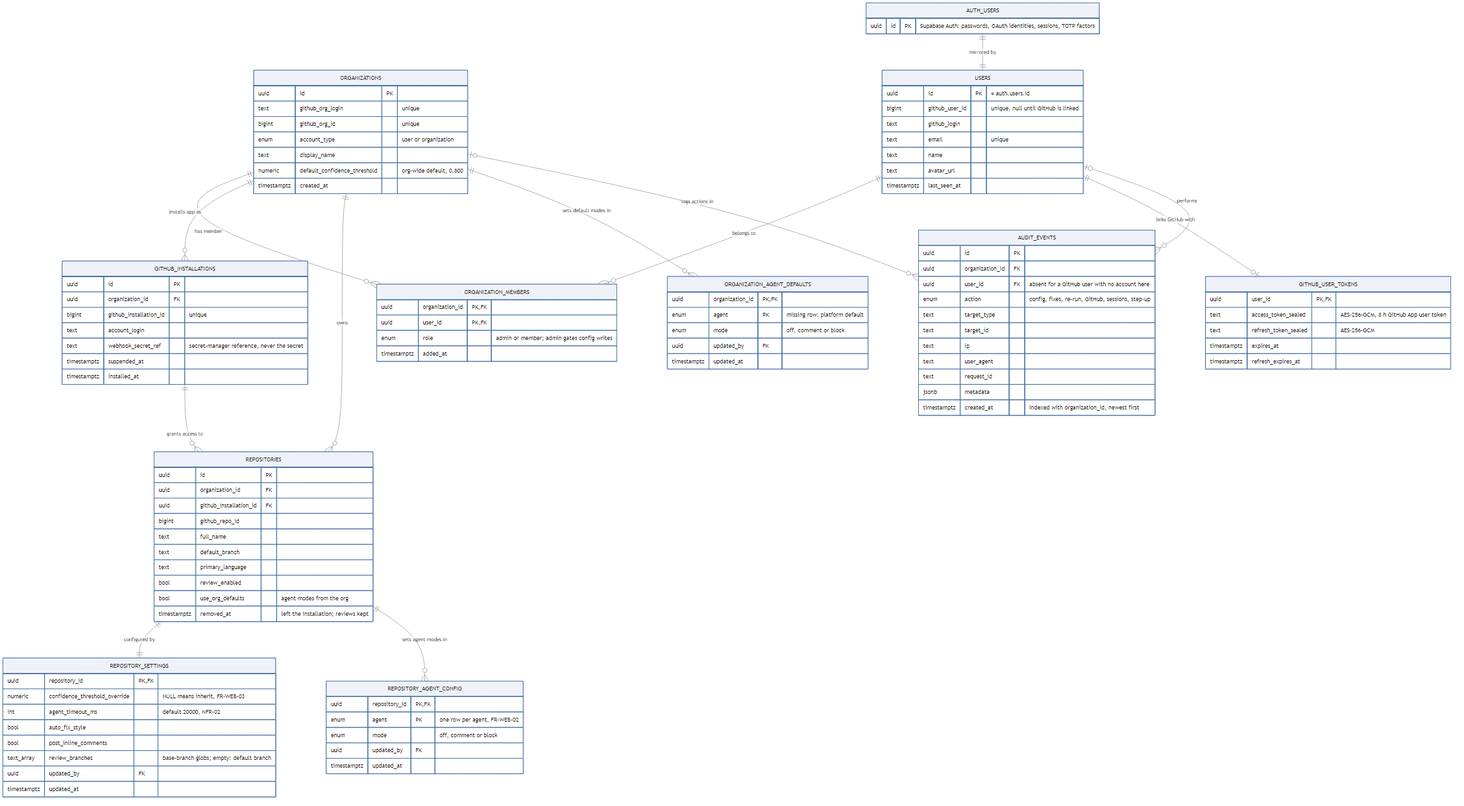
The Mermaid diagram docs/design/diagrams/er_identity.png in sumit-0804/CodeSentinel, before a commit. Its source is kept beside it as docs/design/diagrams/mermaid/er_identity.mmd.
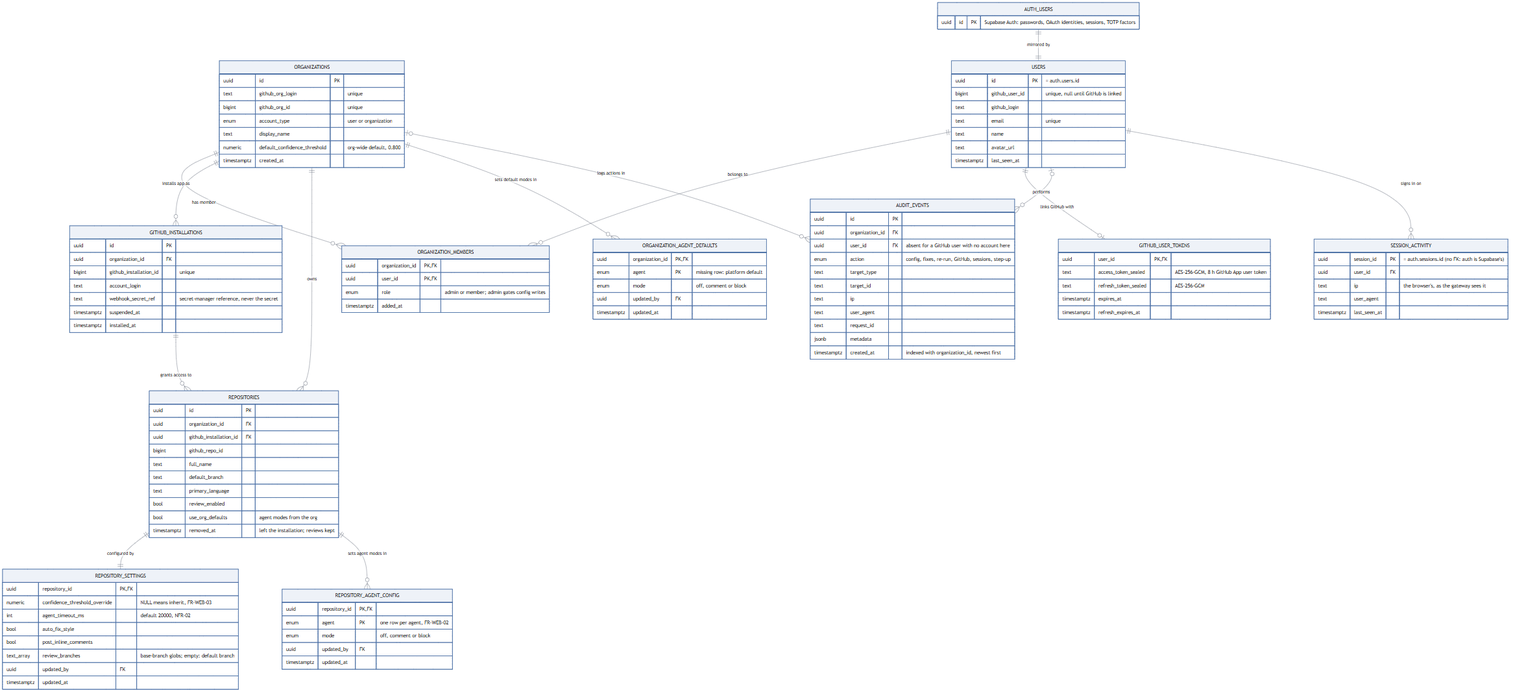
After the change.

Change to the diagram source:
```diff
@@ -12,6 +12,7 @@
     ORGANIZATIONS ||--o{ ORGANIZATION_AGENT_DEFAULTS : "sets default modes in"
     ORGANIZATIONS |o--o{ AUDIT_EVENTS            : "logs actions in"
     USERS         |o--o{ AUDIT_EVENTS            : "performs"
+    USERS         ||--o{ SESSION_ACTIVITY        : "signs in on"
 
     ORGANIZATIONS {
         uuid        id                           PK
@@ -115,3 +116,11 @@
         jsonb       metadata
         timestamptz created_at      "indexed with organization_id, newest first"
     }
+
+    SESSION_ACTIVITY {
+        uuid        session_id   PK "= auth.sessions.id (no FK: auth is Supabase's)"
+        uuid        user_id      FK
+        text        ip           "the browser's, as the gateway sees it"
+        text        user_agent
+        timestamptz last_seen_at
+    }
```
